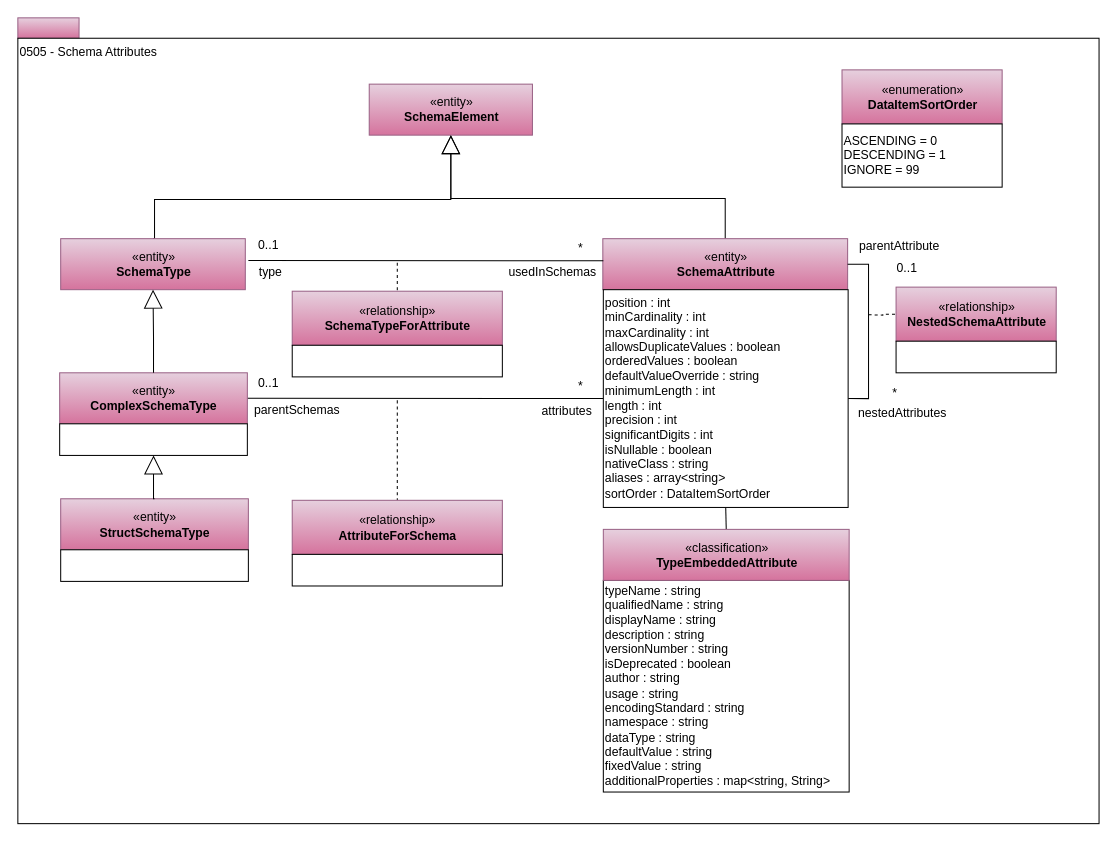
Before: page "0505-Schema-Attributes" (5 of 27) of open-metadata-publication/website/open-metadata-types/area-5-models-and-schema.drawio in odpi/egeria, a draw.io diagram. Source tidied: cells renumbered, new cells numbered last; positions are measured from the earlier drawing's top-left corner, leaving out a move shared by most shapes. Both pictures are drawn from the tidied source at 102%, with x=0, y=0 at pixel (17, 17).
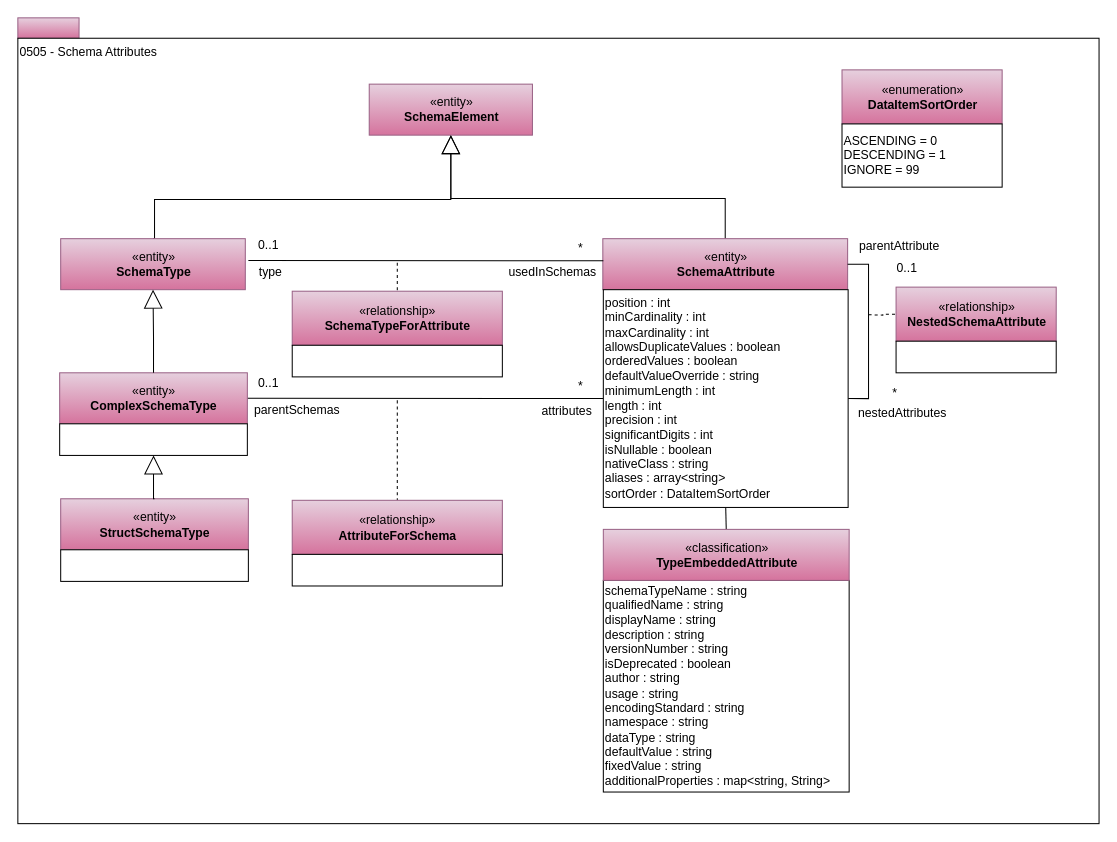
The same page after the edit.

The edit, as a diff of the source:
```diff
@@
-    <mxCell id="37" value="typeName : string&lt;br&gt;qualifiedName : string&lt;br&gt;displayName : string&lt;br&gt;description : string&lt;br&gt;versionNumber : string&lt;br&gt;isDeprecated : boolean&lt;br&gt;author : string&lt;br&gt;usage : string&lt;br&gt;encodingStandard : string&lt;br&gt;namespace : string&lt;br&gt;dataType : string&lt;br&gt;defaultValue : string&lt;br&gt;fixedValue : string&lt;br&gt;additionalProperties : map&amp;lt;string, String&amp;gt;&lt;br&gt;&lt;div style=&quot;text-align: left&quot;&gt;&lt;/div&gt;" style="rounded=0;whiteSpace=wrap;html=1;strokeColor=#000000;gradientColor=#ffffff;align=left;" parent="1" vertex="1">
+    <mxCell id="37" value="schemaTypeName : string&lt;br&gt;qualifiedName : string&lt;br&gt;displayName : string&lt;br&gt;description : string&lt;br&gt;versionNumber : string&lt;br&gt;isDeprecated : boolean&lt;br&gt;author : string&lt;br&gt;usage : string&lt;br&gt;encodingStandard : string&lt;br&gt;namespace : string&lt;br&gt;dataType : string&lt;br&gt;defaultValue : string&lt;br&gt;fixedValue : string&lt;br&gt;additionalProperties : map&amp;lt;string, String&amp;gt;&lt;br&gt;&lt;div style=&quot;text-align: left&quot;&gt;&lt;/div&gt;" style="rounded=0;whiteSpace=wrap;html=1;strokeColor=#000000;gradientColor=#ffffff;align=left;" parent="1" vertex="1">
       <mxGeometry x="574" y="551.5" width="241" height="207.5" as="geometry" />
     </mxCell>
```
